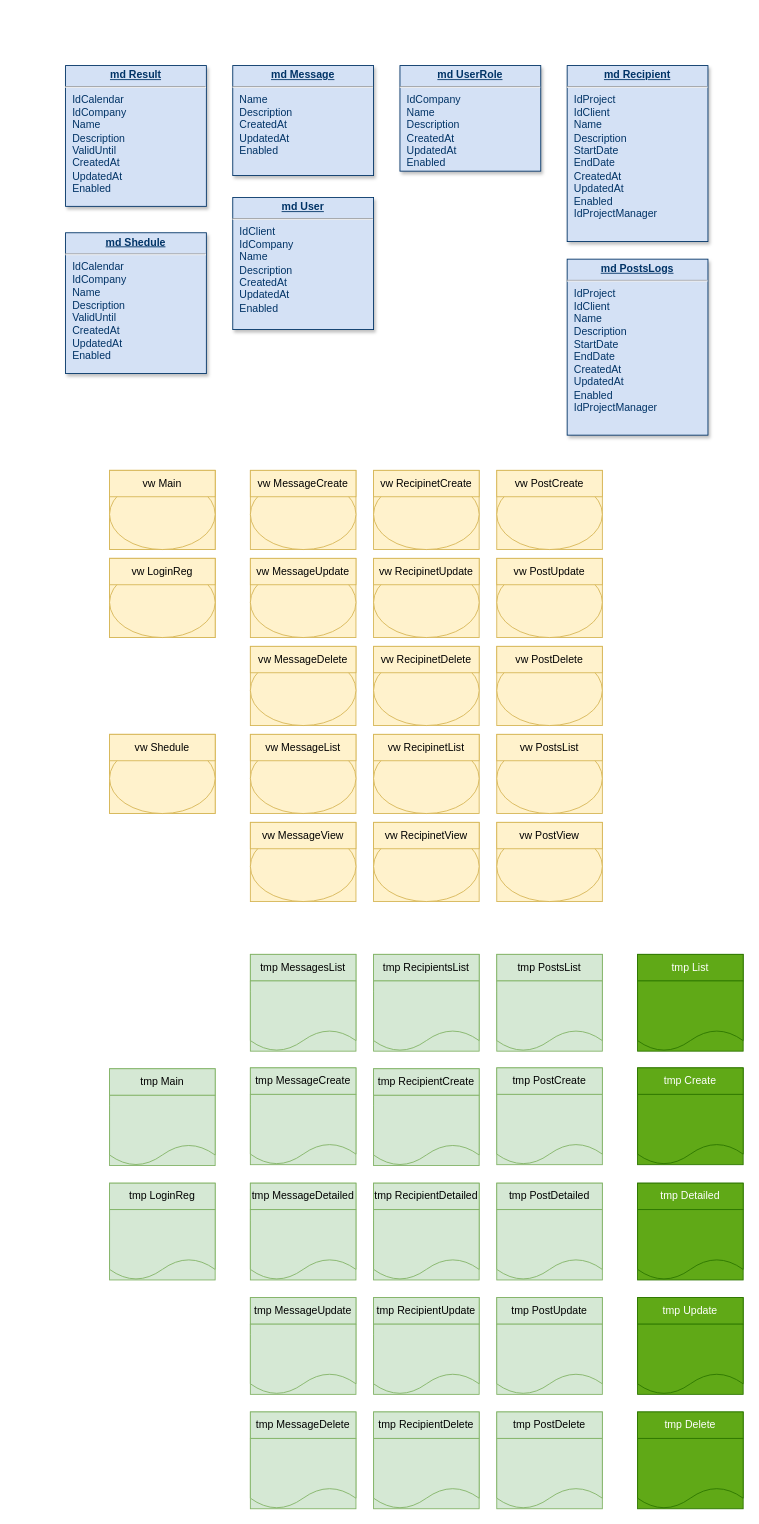
Earlier version of the draw.io diagram Диаграмма без названия.drawio (Ganzolder/kursdjango). Source tidied: cells renumbered, new cells numbered last; positions are measured from the earlier drawing's top-left corner, leaving out a move shared by most shapes. Both pictures are drawn from the tidied source at 88%, with x=0, y=0 at pixel (65, 65).
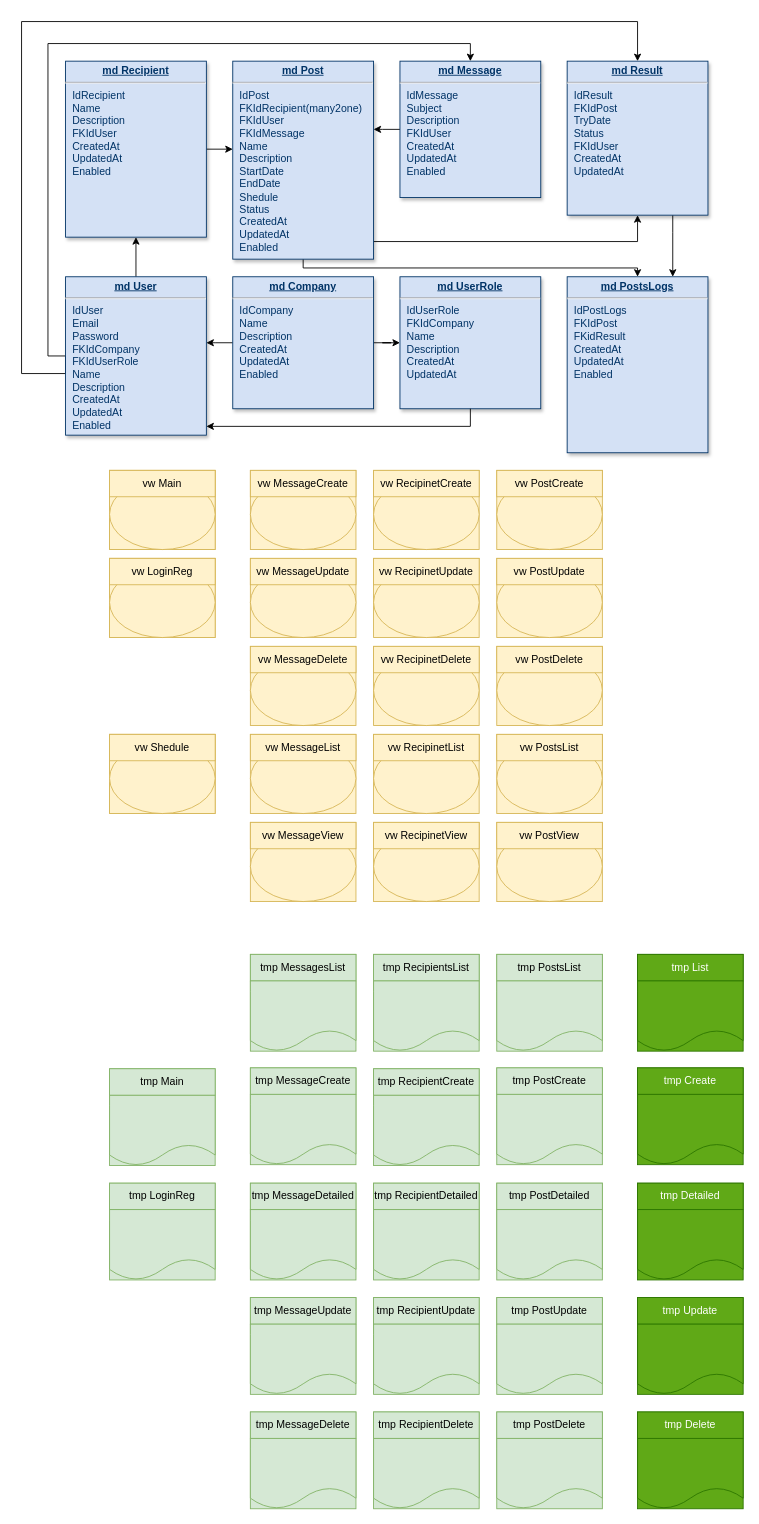
Above is the later version.

Change to the diagram source:
```diff
@@
-    <mxCell id="2" value="&lt;p style=&quot;margin: 0px; margin-top: 4px; text-align: center; text-decoration: underline;&quot;&gt;&lt;strong&gt;md UserRole&lt;/strong&gt;&lt;/p&gt;&lt;hr&gt;&lt;p style=&quot;margin: 0px; margin-left: 8px;&quot;&gt;IdCompany&lt;br&gt;Name&lt;/p&gt;&lt;p style=&quot;margin: 0px; margin-left: 8px;&quot;&gt;Description&lt;/p&gt;&lt;p style=&quot;margin: 0px; margin-left: 8px;&quot;&gt;CreatedAt&lt;/p&gt;&lt;p style=&quot;margin: 0px; margin-left: 8px;&quot;&gt;UpdatedAt&lt;/p&gt;&lt;p style=&quot;margin: 0px; margin-left: 8px;&quot;&gt;Enabled&lt;/p&gt;" style="verticalAlign=top;align=left;overflow=fill;fontSize=12;fontFamily=Helvetica;html=1;strokeColor=#003366;shadow=1;fillColor=#D4E1F5;fontColor=#003366;" parent="1" vertex="1">
-      <mxGeometry x="380" width="160" height="120" as="geometry" />
+    <mxCell id="2" value="&lt;p style=&quot;margin: 0px; margin-top: 4px; text-align: center; text-decoration: underline;&quot;&gt;&lt;strong&gt;md UserRole&lt;/strong&gt;&lt;/p&gt;&lt;hr&gt;&lt;p style=&quot;margin: 0px; margin-left: 8px;&quot;&gt;IdUserRole&lt;/p&gt;&lt;p style=&quot;margin: 0px; margin-left: 8px;&quot;&gt;FKIdCompany&lt;br&gt;Name&lt;/p&gt;&lt;p style=&quot;margin: 0px; margin-left: 8px;&quot;&gt;Description&lt;/p&gt;&lt;p style=&quot;margin: 0px; margin-left: 8px;&quot;&gt;CreatedAt&lt;/p&gt;&lt;p style=&quot;margin: 0px; margin-left: 8px;&quot;&gt;UpdatedAt&lt;/p&gt;" style="verticalAlign=top;align=left;overflow=fill;fontSize=12;fontFamily=Helvetica;html=1;strokeColor=#003366;shadow=1;fillColor=#D4E1F5;fontColor=#003366;" parent="1" vertex="1">
+      <mxGeometry x="380" y="240" width="160" height="150" as="geometry" />
     </mxCell>
+    <mxCell id="132" style="edgeStyle=orthogonalEdgeStyle;rounded=0;jettySize=auto;html=1;" parent="1" edge="1" source="3" target="140">
+      <mxGeometry relative="1" as="geometry">
+        <Array as="points">
+          <mxPoint x="360" y="73" />
+          <mxPoint x="360" y="73" />
+        </Array>
+      </mxGeometry>
+    </mxCell>
-    <mxCell id="3" value="&lt;p style=&quot;margin: 0px; margin-top: 4px; text-align: center; text-decoration: underline;&quot;&gt;&lt;strong&gt;md Message&lt;/strong&gt;&lt;/p&gt;&lt;hr&gt;&lt;p style=&quot;margin: 0px; margin-left: 8px;&quot;&gt;Name&lt;/p&gt;&lt;p style=&quot;margin: 0px; margin-left: 8px;&quot;&gt;Description&lt;/p&gt;&lt;p style=&quot;margin: 0px; margin-left: 8px;&quot;&gt;CreatedAt&lt;/p&gt;&lt;p style=&quot;margin: 0px; margin-left: 8px;&quot;&gt;UpdatedAt&lt;/p&gt;&lt;p style=&quot;margin: 0px; margin-left: 8px;&quot;&gt;Enabled&lt;/p&gt;" style="verticalAlign=top;align=left;overflow=fill;fontSize=12;fontFamily=Helvetica;html=1;strokeColor=#003366;shadow=1;fillColor=#D4E1F5;fontColor=#003366;" parent="1" vertex="1">
-      <mxGeometry x="190" width="160" height="125" as="geometry" />
+    <mxCell id="3" value="&lt;p style=&quot;margin: 0px; margin-top: 4px; text-align: center; text-decoration: underline;&quot;&gt;&lt;strong&gt;md Message&lt;/strong&gt;&lt;/p&gt;&lt;hr&gt;&lt;p style=&quot;margin: 0px; margin-left: 8px;&quot;&gt;&lt;span style=&quot;background-color: initial;&quot;&gt;IdMessage&lt;/span&gt;&lt;/p&gt;&lt;p style=&quot;margin: 0px; margin-left: 8px;&quot;&gt;&lt;span style=&quot;background-color: initial;&quot;&gt;Subject&lt;/span&gt;&lt;br&gt;&lt;/p&gt;&lt;p style=&quot;margin: 0px; margin-left: 8px;&quot;&gt;Description&lt;/p&gt;&lt;p style=&quot;margin: 0px; margin-left: 8px;&quot;&gt;FKIdUser&lt;br&gt;&lt;/p&gt;&lt;p style=&quot;margin: 0px; margin-left: 8px;&quot;&gt;CreatedAt&lt;/p&gt;&lt;p style=&quot;margin: 0px; margin-left: 8px;&quot;&gt;UpdatedAt&lt;/p&gt;&lt;p style=&quot;margin: 0px; margin-left: 8px;&quot;&gt;Enabled&lt;/p&gt;" style="verticalAlign=top;align=left;overflow=fill;fontSize=12;fontFamily=Helvetica;html=1;strokeColor=#003366;shadow=1;fillColor=#D4E1F5;fontColor=#003366;" parent="1" vertex="1">
+      <mxGeometry x="380" y="-5" width="160" height="155" as="geometry" />
     </mxCell>
+    <mxCell id="133" style="edgeStyle=orthogonalEdgeStyle;rounded=0;jettySize=auto;html=1;entryX=0.75;entryY=0;entryDx=0;entryDy=0;" parent="1" edge="1" source="4" target="39">
+      <mxGeometry relative="1" as="geometry">
+        <Array as="points">
+          <mxPoint x="690" y="190" />
+          <mxPoint x="690" y="190" />
+        </Array>
+      </mxGeometry>
+    </mxCell>
-    <mxCell id="4" value="&lt;p style=&quot;margin: 0px; margin-top: 4px; text-align: center; text-decoration: underline;&quot;&gt;&lt;strong&gt;md Result&lt;/strong&gt;&lt;/p&gt;&lt;hr&gt;&lt;p style=&quot;margin: 0px; margin-left: 8px;&quot;&gt;IdCalendar&lt;/p&gt;&lt;p style=&quot;margin: 0px; margin-left: 8px;&quot;&gt;IdCompany&lt;/p&gt;&lt;p style=&quot;margin: 0px; margin-left: 8px;&quot;&gt;Name&lt;/p&gt;&lt;p style=&quot;margin: 0px; margin-left: 8px;&quot;&gt;Description&lt;/p&gt;&lt;p style=&quot;margin: 0px; margin-left: 8px;&quot;&gt;ValidUntil&lt;/p&gt;&lt;p style=&quot;margin: 0px; margin-left: 8px;&quot;&gt;CreatedAt&lt;/p&gt;&lt;p style=&quot;margin: 0px; margin-left: 8px;&quot;&gt;UpdatedAt&lt;/p&gt;&lt;p style=&quot;margin: 0px; margin-left: 8px;&quot;&gt;Enabled&lt;/p&gt;" style="verticalAlign=top;align=left;overflow=fill;fontSize=12;fontFamily=Helvetica;html=1;strokeColor=#003366;shadow=1;fillColor=#D4E1F5;fontColor=#003366;" parent="1" vertex="1">
-      <mxGeometry width="160" height="160" as="geometry" />
+    <mxCell id="4" value="&lt;p style=&quot;margin: 0px; margin-top: 4px; text-align: center; text-decoration: underline;&quot;&gt;&lt;strong&gt;md Result&lt;/strong&gt;&lt;/p&gt;&lt;hr&gt;&lt;p style=&quot;margin: 0px; margin-left: 8px;&quot;&gt;IdResult&lt;/p&gt;&lt;p style=&quot;margin: 0px; margin-left: 8px;&quot;&gt;FKIdPost&lt;/p&gt;&lt;p style=&quot;margin: 0px; margin-left: 8px;&quot;&gt;TryDate&lt;/p&gt;&lt;p style=&quot;margin: 0px; margin-left: 8px;&quot;&gt;&lt;span style=&quot;background-color: initial;&quot;&gt;Status&lt;/span&gt;&lt;/p&gt;&lt;p style=&quot;margin: 0px; margin-left: 8px;&quot;&gt;&lt;span style=&quot;background-color: initial;&quot;&gt;FKIdUser&lt;/span&gt;&lt;br&gt;&lt;/p&gt;&lt;p style=&quot;margin: 0px; margin-left: 8px;&quot;&gt;CreatedAt&lt;/p&gt;&lt;p style=&quot;margin: 0px; margin-left: 8px;&quot;&gt;UpdatedAt&lt;/p&gt;" style="verticalAlign=top;align=left;overflow=fill;fontSize=12;fontFamily=Helvetica;html=1;strokeColor=#003366;shadow=1;fillColor=#D4E1F5;fontColor=#003366;" parent="1" vertex="1">
+      <mxGeometry x="570" y="-5" width="160" height="175" as="geometry" />
     </mxCell>
+    <mxCell id="134" style="edgeStyle=orthogonalEdgeStyle;rounded=0;jettySize=auto;html=1;" parent="1" edge="1" source="5" target="6">
+      <mxGeometry relative="1" as="geometry" />
+    </mxCell>
+    <mxCell id="135" style="edgeStyle=orthogonalEdgeStyle;rounded=0;jettySize=auto;html=1;entryX=0.5;entryY=0;entryDx=0;entryDy=0;" parent="1" edge="1" source="5" target="3">
+      <mxGeometry relative="1" as="geometry">
+        <Array as="points">
+          <mxPoint x="-20" y="330" />
+          <mxPoint x="-20" y="-25" />
+          <mxPoint x="460" y="-25" />
+        </Array>
+      </mxGeometry>
+    </mxCell>
+    <mxCell id="136" style="edgeStyle=orthogonalEdgeStyle;rounded=0;jettySize=auto;html=1;exitX=0;exitY=0.5;exitDx=0;exitDy=0;entryX=0.5;entryY=0;entryDx=0;entryDy=0;" parent="1" edge="1" source="5" target="4">
+      <mxGeometry relative="1" as="geometry">
+        <Array as="points">
+          <mxPoint y="350" />
+          <mxPoint x="-50" y="350" />
+          <mxPoint x="-50" y="-50" />
+          <mxPoint x="650" y="-50" />
+        </Array>
+      </mxGeometry>
+    </mxCell>
-    <mxCell id="5" value="&lt;p style=&quot;margin: 0px; margin-top: 4px; text-align: center; text-decoration: underline;&quot;&gt;&lt;strong&gt;md User&lt;/strong&gt;&lt;/p&gt;&lt;hr&gt;&lt;p style=&quot;margin: 0px; margin-left: 8px;&quot;&gt;IdClient&lt;/p&gt;&lt;p style=&quot;margin: 0px; margin-left: 8px;&quot;&gt;IdCompany&lt;/p&gt;&lt;p style=&quot;margin: 0px; margin-left: 8px;&quot;&gt;Name&lt;/p&gt;&lt;p style=&quot;margin: 0px; margin-left: 8px;&quot;&gt;Description&lt;/p&gt;&lt;p style=&quot;margin: 0px; margin-left: 8px;&quot;&gt;CreatedAt&lt;/p&gt;&lt;p style=&quot;margin: 0px; margin-left: 8px;&quot;&gt;UpdatedAt&lt;/p&gt;&lt;p style=&quot;margin: 0px; margin-left: 8px;&quot;&gt;Enabled&lt;/p&gt;" style="verticalAlign=top;align=left;overflow=fill;fontSize=12;fontFamily=Helvetica;html=1;strokeColor=#003366;shadow=1;fillColor=#D4E1F5;fontColor=#003366;" parent="1" vertex="1">
-      <mxGeometry x="190" y="150" width="160" height="150" as="geometry" />
+    <mxCell id="5" value="&lt;p style=&quot;margin: 0px; margin-top: 4px; text-align: center; text-decoration: underline;&quot;&gt;&lt;strong&gt;md User&lt;/strong&gt;&lt;/p&gt;&lt;hr&gt;&lt;p style=&quot;margin: 0px; margin-left: 8px;&quot;&gt;IdUser&lt;/p&gt;&lt;p style=&quot;margin: 0px; margin-left: 8px;&quot;&gt;Email&lt;/p&gt;&lt;p style=&quot;margin: 0px; margin-left: 8px;&quot;&gt;&lt;span style=&quot;background-color: initial;&quot;&gt;Password&lt;/span&gt;&lt;br&gt;&lt;/p&gt;&lt;p style=&quot;margin: 0px; margin-left: 8px;&quot;&gt;FKIdCompany&lt;/p&gt;&lt;p style=&quot;margin: 0px; margin-left: 8px;&quot;&gt;FKIdUserRole&lt;/p&gt;&lt;p style=&quot;margin: 0px; margin-left: 8px;&quot;&gt;Name&lt;/p&gt;&lt;p style=&quot;margin: 0px; margin-left: 8px;&quot;&gt;Description&lt;/p&gt;&lt;p style=&quot;margin: 0px; margin-left: 8px;&quot;&gt;CreatedAt&lt;/p&gt;&lt;p style=&quot;margin: 0px; margin-left: 8px;&quot;&gt;UpdatedAt&lt;/p&gt;&lt;p style=&quot;margin: 0px; margin-left: 8px;&quot;&gt;Enabled&lt;/p&gt;" style="verticalAlign=top;align=left;overflow=fill;fontSize=12;fontFamily=Helvetica;html=1;strokeColor=#003366;shadow=1;fillColor=#D4E1F5;fontColor=#003366;" parent="1" vertex="1">
+      <mxGeometry y="240" width="160" height="180" as="geometry" />
     </mxCell>
+    <mxCell id="137" style="edgeStyle=orthogonalEdgeStyle;rounded=0;jettySize=auto;html=1;" parent="1" edge="1" source="6" target="140">
+      <mxGeometry relative="1" as="geometry">
+        <Array as="points">
+          <mxPoint x="190" y="95" />
+          <mxPoint x="190" y="95" />
+        </Array>
+      </mxGeometry>
+    </mxCell>
-    <mxCell id="6" value="&lt;p style=&quot;margin: 0px; margin-top: 4px; text-align: center; text-decoration: underline;&quot;&gt;&lt;b&gt;md Recipient&lt;/b&gt;&lt;/p&gt;&lt;hr&gt;&lt;p style=&quot;margin: 0px; margin-left: 8px;&quot;&gt;IdProject&lt;/p&gt;&lt;p style=&quot;margin: 0px; margin-left: 8px;&quot;&gt;IdClient&lt;/p&gt;&lt;p style=&quot;margin: 0px; margin-left: 8px;&quot;&gt;Name&lt;/p&gt;&lt;p style=&quot;margin: 0px; margin-left: 8px;&quot;&gt;Description&lt;/p&gt;&lt;p style=&quot;margin: 0px; margin-left: 8px;&quot;&gt;StartDate&lt;/p&gt;&lt;p style=&quot;margin: 0px; margin-left: 8px;&quot;&gt;EndDate&lt;/p&gt;&lt;p style=&quot;margin: 0px; margin-left: 8px;&quot;&gt;CreatedAt&lt;/p&gt;&lt;p style=&quot;margin: 0px; margin-left: 8px;&quot;&gt;UpdatedAt&lt;/p&gt;&lt;p style=&quot;margin: 0px; margin-left: 8px;&quot;&gt;Enabled&lt;br&gt;IdProjectManager&lt;/p&gt;" style="verticalAlign=top;align=left;overflow=fill;fontSize=12;fontFamily=Helvetica;html=1;strokeColor=#003366;shadow=1;fillColor=#D4E1F5;fontColor=#003366;" parent="1" vertex="1">
-      <mxGeometry x="570" width="160" height="200" as="geometry" />
+    <mxCell id="6" value="&lt;p style=&quot;margin: 0px; margin-top: 4px; text-align: center; text-decoration: underline;&quot;&gt;&lt;b&gt;md Recipient&lt;/b&gt;&lt;/p&gt;&lt;hr&gt;&lt;p style=&quot;margin: 0px; margin-left: 8px;&quot;&gt;IdRecipient&lt;/p&gt;&lt;p style=&quot;margin: 0px; margin-left: 8px;&quot;&gt;&lt;span style=&quot;background-color: initial;&quot;&gt;Name&lt;/span&gt;&lt;br&gt;&lt;/p&gt;&lt;p style=&quot;margin: 0px; margin-left: 8px;&quot;&gt;Description&lt;/p&gt;&lt;p style=&quot;margin: 0px; margin-left: 8px;&quot;&gt;FKIdUser&lt;span style=&quot;background-color: initial;&quot;&gt;&lt;br&gt;&lt;/span&gt;&lt;/p&gt;&lt;p style=&quot;margin: 0px; margin-left: 8px;&quot;&gt;&lt;span style=&quot;background-color: initial;&quot;&gt;CreatedAt&lt;/span&gt;&lt;br&gt;&lt;/p&gt;&lt;p style=&quot;margin: 0px; margin-left: 8px;&quot;&gt;UpdatedAt&lt;/p&gt;&lt;p style=&quot;margin: 0px; margin-left: 8px;&quot;&gt;Enabled&lt;br&gt;&lt;br&gt;&lt;/p&gt;" style="verticalAlign=top;align=left;overflow=fill;fontSize=12;fontFamily=Helvetica;html=1;strokeColor=#003366;shadow=1;fillColor=#D4E1F5;fontColor=#003366;" parent="1" vertex="1">
+      <mxGeometry y="-5" width="160" height="200" as="geometry" />
     </mxCell>
-    <mxCell id="7" value="&lt;p style=&quot;margin: 0px; margin-top: 4px; text-align: center; text-decoration: underline;&quot;&gt;&lt;strong&gt;md Shedule&lt;/strong&gt;&lt;/p&gt;&lt;hr&gt;&lt;p style=&quot;margin: 0px; margin-left: 8px;&quot;&gt;IdCalendar&lt;/p&gt;&lt;p style=&quot;margin: 0px; margin-left: 8px;&quot;&gt;IdCompany&lt;/p&gt;&lt;p style=&quot;margin: 0px; margin-left: 8px;&quot;&gt;Name&lt;/p&gt;&lt;p style=&quot;margin: 0px; margin-left: 8px;&quot;&gt;Description&lt;/p&gt;&lt;p style=&quot;margin: 0px; margin-left: 8px;&quot;&gt;ValidUntil&lt;/p&gt;&lt;p style=&quot;margin: 0px; margin-left: 8px;&quot;&gt;CreatedAt&lt;/p&gt;&lt;p style=&quot;margin: 0px; margin-left: 8px;&quot;&gt;UpdatedAt&lt;/p&gt;&lt;p style=&quot;margin: 0px; margin-left: 8px;&quot;&gt;Enabled&lt;/p&gt;" style="verticalAlign=top;align=left;overflow=fill;fontSize=12;fontFamily=Helvetica;html=1;strokeColor=#003366;shadow=1;fillColor=#D4E1F5;fontColor=#003366;" parent="1" vertex="1">
-      <mxGeometry y="190" width="160" height="160" as="geometry" />
-    </mxCell>
@@
-    <mxCell id="39" value="&lt;p style=&quot;margin: 0px; margin-top: 4px; text-align: center; text-decoration: underline;&quot;&gt;&lt;b&gt;md PostsLogs&lt;/b&gt;&lt;/p&gt;&lt;hr&gt;&lt;p style=&quot;margin: 0px; margin-left: 8px;&quot;&gt;IdProject&lt;/p&gt;&lt;p style=&quot;margin: 0px; margin-left: 8px;&quot;&gt;IdClient&lt;/p&gt;&lt;p style=&quot;margin: 0px; margin-left: 8px;&quot;&gt;Name&lt;/p&gt;&lt;p style=&quot;margin: 0px; margin-left: 8px;&quot;&gt;Description&lt;/p&gt;&lt;p style=&quot;margin: 0px; margin-left: 8px;&quot;&gt;StartDate&lt;/p&gt;&lt;p style=&quot;margin: 0px; margin-left: 8px;&quot;&gt;EndDate&lt;/p&gt;&lt;p style=&quot;margin: 0px; margin-left: 8px;&quot;&gt;CreatedAt&lt;/p&gt;&lt;p style=&quot;margin: 0px; margin-left: 8px;&quot;&gt;UpdatedAt&lt;/p&gt;&lt;p style=&quot;margin: 0px; margin-left: 8px;&quot;&gt;Enabled&lt;br&gt;IdProjectManager&lt;/p&gt;" style="verticalAlign=top;align=left;overflow=fill;fontSize=12;fontFamily=Helvetica;html=1;strokeColor=#003366;shadow=1;fillColor=#D4E1F5;fontColor=#003366;" parent="1" vertex="1">
-      <mxGeometry x="570" y="220" width="160" height="200" as="geometry" />
+    <mxCell id="39" value="&lt;p style=&quot;margin: 0px; margin-top: 4px; text-align: center; text-decoration: underline;&quot;&gt;&lt;b&gt;md PostsLogs&lt;/b&gt;&lt;/p&gt;&lt;hr&gt;&lt;p style=&quot;margin: 0px; margin-left: 8px;&quot;&gt;IdPostLogs&lt;/p&gt;&lt;p style=&quot;margin: 0px; margin-left: 8px;&quot;&gt;FKIdPost&lt;/p&gt;&lt;p style=&quot;margin: 0px; margin-left: 8px;&quot;&gt;FKidResult&lt;/p&gt;&lt;p style=&quot;margin: 0px; margin-left: 8px;&quot;&gt;&lt;span style=&quot;background-color: initial;&quot;&gt;CreatedAt&lt;/span&gt;&lt;br&gt;&lt;/p&gt;&lt;p style=&quot;margin: 0px; margin-left: 8px;&quot;&gt;UpdatedAt&lt;/p&gt;&lt;p style=&quot;margin: 0px; margin-left: 8px;&quot;&gt;Enabled&lt;br&gt;&lt;br&gt;&lt;/p&gt;" style="verticalAlign=top;align=left;overflow=fill;fontSize=12;fontFamily=Helvetica;html=1;strokeColor=#003366;shadow=1;fillColor=#D4E1F5;fontColor=#003366;" parent="1" vertex="1">
+      <mxGeometry x="570" y="240" width="160" height="200" as="geometry" />
     </mxCell>
@@
+    <mxCell id="138" style="edgeStyle=orthogonalEdgeStyle;rounded=0;jettySize=auto;html=1;" parent="1" edge="1" source="140" target="4">
+      <mxGeometry relative="1" as="geometry">
+        <Array as="points">
+          <mxPoint x="650" y="200" />
+        </Array>
+      </mxGeometry>
+    </mxCell>
+    <mxCell id="139" style="edgeStyle=orthogonalEdgeStyle;rounded=0;jettySize=auto;html=1;entryX=0.5;entryY=0;entryDx=0;entryDy=0;" parent="1" edge="1" source="140" target="39">
+      <mxGeometry relative="1" as="geometry">
+        <Array as="points">
+          <mxPoint x="270" y="230" />
+          <mxPoint x="650" y="230" />
+        </Array>
+      </mxGeometry>
+    </mxCell>
+    <mxCell id="140" value="&lt;p style=&quot;margin: 0px; margin-top: 4px; text-align: center; text-decoration: underline;&quot;&gt;&lt;strong&gt;md Post&lt;/strong&gt;&lt;/p&gt;&lt;hr&gt;&lt;p style=&quot;margin: 0px; margin-left: 8px;&quot;&gt;IdPost&lt;/p&gt;&lt;p style=&quot;margin: 0px; margin-left: 8px;&quot;&gt;FKIdRecipient(many2one)&lt;/p&gt;&lt;p style=&quot;margin: 0px; margin-left: 8px;&quot;&gt;FKIdUser&lt;/p&gt;&lt;p style=&quot;margin: 0px; margin-left: 8px;&quot;&gt;FKIdMessage&lt;br&gt;Name&lt;/p&gt;&lt;p style=&quot;margin: 0px; margin-left: 8px;&quot;&gt;Description&lt;/p&gt;&lt;p style=&quot;margin: 0px 0px 0px 8px;&quot;&gt;StartDate&lt;/p&gt;&lt;p style=&quot;margin: 0px 0px 0px 8px;&quot;&gt;EndDate&lt;/p&gt;&lt;p style=&quot;margin: 0px 0px 0px 8px;&quot;&gt;Shedule&lt;/p&gt;&lt;p style=&quot;margin: 0px 0px 0px 8px;&quot;&gt;Status&lt;/p&gt;&lt;p style=&quot;margin: 0px 0px 0px 8px;&quot;&gt;&lt;span style=&quot;background-color: initial;&quot;&gt;CreatedAt&lt;/span&gt;&lt;br&gt;&lt;/p&gt;&lt;p style=&quot;margin: 0px; margin-left: 8px;&quot;&gt;UpdatedAt&lt;/p&gt;&lt;p style=&quot;margin: 0px; margin-left: 8px;&quot;&gt;Enabled&lt;/p&gt;" style="verticalAlign=top;align=left;overflow=fill;fontSize=12;fontFamily=Helvetica;html=1;strokeColor=#003366;shadow=1;fillColor=#D4E1F5;fontColor=#003366;" parent="1" vertex="1">
+      <mxGeometry x="190" y="-5" width="160" height="225" as="geometry" />
+    </mxCell>
+    <mxCell id="141" style="edgeStyle=orthogonalEdgeStyle;rounded=0;jettySize=auto;html=1;" parent="1" edge="1" source="143" target="5">
+      <mxGeometry relative="1" as="geometry">
+        <Array as="points">
+          <mxPoint x="170" y="315" />
+          <mxPoint x="170" y="315" />
+        </Array>
+      </mxGeometry>
+    </mxCell>
+    <mxCell id="142" style="edgeStyle=orthogonalEdgeStyle;rounded=0;jettySize=auto;html=1;entryX=0;entryY=0.5;entryDx=0;entryDy=0;" parent="1" edge="1" source="143" target="2">
+      <mxGeometry relative="1" as="geometry" />
+    </mxCell>
+    <mxCell id="143" value="&lt;p style=&quot;margin: 0px; margin-top: 4px; text-align: center; text-decoration: underline;&quot;&gt;&lt;strong&gt;md Company&lt;/strong&gt;&lt;/p&gt;&lt;hr&gt;&lt;p style=&quot;margin: 0px; margin-left: 8px;&quot;&gt;IdCompany&lt;/p&gt;&lt;p style=&quot;margin: 0px; margin-left: 8px;&quot;&gt;&lt;span style=&quot;background-color: initial;&quot;&gt;Name&lt;/span&gt;&lt;br&gt;&lt;/p&gt;&lt;p style=&quot;margin: 0px; margin-left: 8px;&quot;&gt;Description&lt;/p&gt;&lt;p style=&quot;margin: 0px; margin-left: 8px;&quot;&gt;CreatedAt&lt;/p&gt;&lt;p style=&quot;margin: 0px; margin-left: 8px;&quot;&gt;UpdatedAt&lt;/p&gt;&lt;p style=&quot;margin: 0px; margin-left: 8px;&quot;&gt;Enabled&lt;/p&gt;" style="verticalAlign=top;align=left;overflow=fill;fontSize=12;fontFamily=Helvetica;html=1;strokeColor=#003366;shadow=1;fillColor=#D4E1F5;fontColor=#003366;" parent="1" vertex="1">
+      <mxGeometry x="190" y="240" width="160" height="150" as="geometry" />
+    </mxCell>
+    <mxCell id="144" style="edgeStyle=orthogonalEdgeStyle;rounded=0;jettySize=auto;html=1;" parent="1" edge="1" source="2" target="5">
+      <mxGeometry relative="1" as="geometry">
+        <Array as="points">
+          <mxPoint x="460" y="410" />
+        </Array>
+      </mxGeometry>
+    </mxCell>
```
